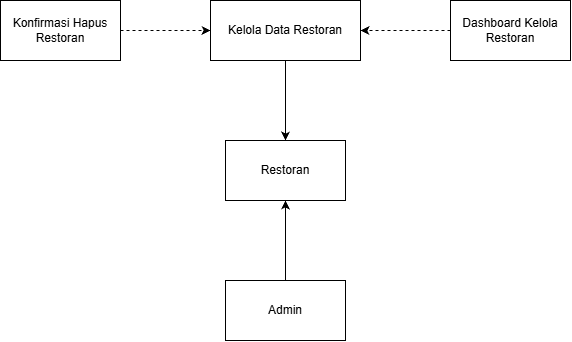
This is docs/M4/assets/diagram/Diagram Kelas Use Case UC15.png from hehey304/IF2150-RPL-K01-G10, a draw.io export, as it was before one commit. Source tidied: cells renumbered, new cells last; positions are measured from the earlier drawing's top-left corner, leaving out a move shared by most shapes.
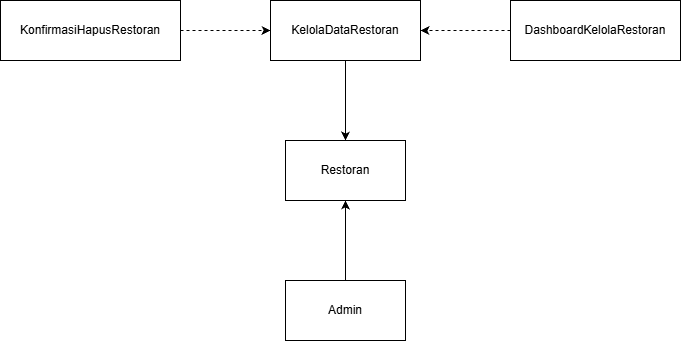
Above is the later version.

Commit message:
fix: Memperbaiki diagram UC03, UC12, UC15

Diff of the diagram source:
```diff
@@ -2,17 +2,17 @@
   <root>
     <mxCell id="0" />
     <mxCell id="1" parent="0" />
-    <mxCell id="2" value="Konfirmasi Hapus Restoran" style="rounded=0;whiteSpace=wrap;html=1;" parent="1" vertex="1">
-      <mxGeometry width="120" height="60" as="geometry" />
+    <mxCell id="2" value="KonfirmasiHapusRestoran" style="rounded=0;whiteSpace=wrap;html=1;" parent="1" vertex="1">
+      <mxGeometry x="-60" width="180" height="60" as="geometry" />
     </mxCell>
     <mxCell id="3" style="endArrow=classic;dashed=1;html=1;rounded=0;exitX=1;exitY=0.5;exitDx=0;exitDy=0;endFill=1;" parent="1" edge="1" source="2" target="4">
       <mxGeometry relative="1" as="geometry" />
     </mxCell>
-    <mxCell id="4" value="Kelola Data Restoran" style="rounded=0;whiteSpace=wrap;html=1;" parent="1" vertex="1">
+    <mxCell id="4" value="KelolaDataRestoran" style="rounded=0;whiteSpace=wrap;html=1;" parent="1" vertex="1">
       <mxGeometry x="210" width="150" height="60" as="geometry" />
     </mxCell>
-    <mxCell id="5" value="Dashboard Kelola Restoran" style="rounded=0;whiteSpace=wrap;html=1;" parent="1" vertex="1">
-      <mxGeometry x="450" width="120" height="60" as="geometry" />
+    <mxCell id="5" value="DashboardKelolaRestoran" style="rounded=0;whiteSpace=wrap;html=1;" parent="1" vertex="1">
+      <mxGeometry x="450" width="170" height="60" as="geometry" />
     </mxCell>
     <mxCell id="6" style="endArrow=classic;dashed=1;html=1;rounded=0;entryX=1;entryY=0.5;entryDx=0;entryDy=0;exitX=0;exitY=0.5;exitDx=0;exitDy=0;startArrow=none;startFill=0;endFill=1;" parent="1" edge="1" source="5" target="4">
       <mxGeometry relative="1" as="geometry" />
```
